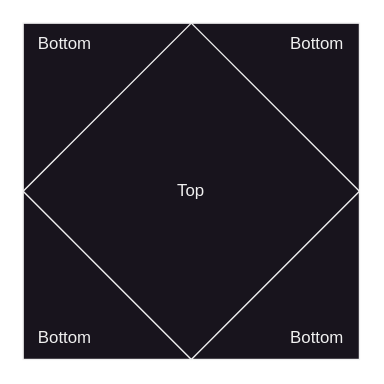
sraesch/pixel-contribution keeps this draw.io diagram as img/octaherdon_2d_projection.drawio.svg. Above is the earlier version. Source tidied: cells renumbered, new cells last; positions are measured from the earlier drawing's top-left corner, leaving out a move shared by most shapes. The source it was exported from:
```xml
<mxGraphModel>
  <root>
    <mxCell id="0" />
    <mxCell id="1" parent="0" />
    <mxCell id="2" style="group;" parent="1" vertex="1">
      <mxGeometry width="240" height="240" as="geometry" />
    </mxCell>
    <mxCell id="3" style="rounded=0;whiteSpace=wrap;html=1;" parent="2" vertex="1">
      <mxGeometry width="240" height="240" as="geometry" />
    </mxCell>
    <mxCell id="4" style="group;" parent="2" vertex="1">
      <mxGeometry width="240" height="240" as="geometry" />
    </mxCell>
    <mxCell id="5" style="endArrow=none;html=1;rounded=0;exitX=0;exitY=0.5;exitDx=0;exitDy=0;entryX=0.5;entryY=1;entryDx=0;entryDy=0;" parent="4" edge="1">
      <mxGeometry relative="1" as="geometry">
        <mxPoint y="120" as="sourcePoint" />
        <mxPoint x="120" y="240" as="targetPoint" />
      </mxGeometry>
    </mxCell>
    <mxCell id="6" style="endArrow=none;html=1;rounded=0;exitX=0.5;exitY=1;exitDx=0;exitDy=0;entryX=1;entryY=0.5;entryDx=0;entryDy=0;" parent="4" edge="1">
      <mxGeometry relative="1" as="geometry">
        <mxPoint x="120" y="240" as="sourcePoint" />
        <mxPoint x="240" y="120" as="targetPoint" />
      </mxGeometry>
    </mxCell>
    <mxCell id="7" style="endArrow=none;html=1;rounded=0;exitX=0.5;exitY=0;exitDx=0;exitDy=0;entryX=0;entryY=0.5;entryDx=0;entryDy=0;" parent="4" edge="1">
      <mxGeometry relative="1" as="geometry">
        <mxPoint x="120" as="sourcePoint" />
        <mxPoint y="120" as="targetPoint" />
      </mxGeometry>
    </mxCell>
    <mxCell id="8" style="endArrow=none;html=1;rounded=0;exitX=1;exitY=0.5;exitDx=0;exitDy=0;entryX=0.5;entryY=0;entryDx=0;entryDy=0;" parent="4" edge="1">
      <mxGeometry relative="1" as="geometry">
        <mxPoint x="240" y="120" as="sourcePoint" />
        <mxPoint x="120" as="targetPoint" />
      </mxGeometry>
    </mxCell>
    <mxCell id="9" value="Top" style="text;html=1;strokeColor=none;fillColor=none;align=center;verticalAlign=middle;whiteSpace=wrap;rounded=0;" parent="2" vertex="1">
      <mxGeometry x="90" y="105" width="60" height="30" as="geometry" />
    </mxCell>
    <mxCell id="10" value="Bottom" style="text;html=1;strokeColor=none;fillColor=none;align=center;verticalAlign=middle;whiteSpace=wrap;rounded=0;" parent="2" vertex="1">
      <mxGeometry x="180" width="60" height="30" as="geometry" />
    </mxCell>
    <mxCell id="11" value="Bottom" style="text;html=1;strokeColor=none;fillColor=none;align=center;verticalAlign=middle;whiteSpace=wrap;rounded=0;" parent="2" vertex="1">
      <mxGeometry x="180" y="210" width="60" height="30" as="geometry" />
    </mxCell>
    <mxCell id="12" value="Bottom" style="text;html=1;strokeColor=none;fillColor=none;align=center;verticalAlign=middle;whiteSpace=wrap;rounded=0;" parent="2" vertex="1">
      <mxGeometry y="210" width="60" height="30" as="geometry" />
    </mxCell>
    <mxCell id="13" value="Bottom" style="text;html=1;strokeColor=none;fillColor=none;align=center;verticalAlign=middle;whiteSpace=wrap;rounded=0;" parent="2" vertex="1">
      <mxGeometry width="60" height="30" as="geometry" />
    </mxCell>
  </root>
</mxGraphModel>
```
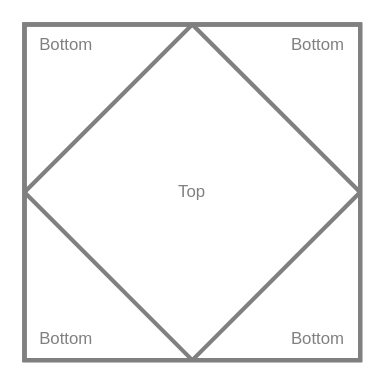
Later version of the same file.

Change to the diagram source:
```diff
@@ -2,52 +2,55 @@
   <root>
     <mxCell id="0" />
     <mxCell id="1" parent="0" />
+    <mxCell id="14" style="group;" parent="1" vertex="1">
+      <mxGeometry width="240" height="240" as="geometry" />
+    </mxCell>
-    <mxCell id="2" style="group;" parent="1" vertex="1">
+    <mxCell id="2" style="group;strokeColor=#808080;strokeWidth=3;fillColor=none;" parent="14" vertex="1">
       <mxGeometry width="240" height="240" as="geometry" />
     </mxCell>
-    <mxCell id="3" style="rounded=0;whiteSpace=wrap;html=1;" parent="2" vertex="1">
+    <mxCell id="3" style="rounded=0;whiteSpace=wrap;html=1;strokeColor=#808080;strokeWidth=3;fillColor=none;" parent="14" vertex="1">
       <mxGeometry width="240" height="240" as="geometry" />
     </mxCell>
-    <mxCell id="4" style="group;" parent="2" vertex="1">
+    <mxCell id="4" style="group;strokeColor=#808080;strokeWidth=3;" parent="14" vertex="1">
       <mxGeometry width="240" height="240" as="geometry" />
     </mxCell>
-    <mxCell id="5" style="endArrow=none;html=1;rounded=0;exitX=0;exitY=0.5;exitDx=0;exitDy=0;entryX=0.5;entryY=1;entryDx=0;entryDy=0;" parent="4" edge="1">
+    <mxCell id="5" style="endArrow=none;html=1;rounded=0;exitX=0;exitY=0.5;exitDx=0;exitDy=0;entryX=0.5;entryY=1;entryDx=0;entryDy=0;strokeColor=#808080;strokeWidth=3;" parent="4" edge="1">
       <mxGeometry relative="1" as="geometry">
         <mxPoint y="120" as="sourcePoint" />
         <mxPoint x="120" y="240" as="targetPoint" />
       </mxGeometry>
     </mxCell>
-    <mxCell id="6" style="endArrow=none;html=1;rounded=0;exitX=0.5;exitY=1;exitDx=0;exitDy=0;entryX=1;entryY=0.5;entryDx=0;entryDy=0;" parent="4" edge="1">
+    <mxCell id="6" style="endArrow=none;html=1;rounded=0;exitX=0.5;exitY=1;exitDx=0;exitDy=0;entryX=1;entryY=0.5;entryDx=0;entryDy=0;strokeColor=#808080;strokeWidth=3;" parent="4" edge="1">
       <mxGeometry relative="1" as="geometry">
         <mxPoint x="120" y="240" as="sourcePoint" />
         <mxPoint x="240" y="120" as="targetPoint" />
       </mxGeometry>
     </mxCell>
-    <mxCell id="7" style="endArrow=none;html=1;rounded=0;exitX=0.5;exitY=0;exitDx=0;exitDy=0;entryX=0;entryY=0.5;entryDx=0;entryDy=0;" parent="4" edge="1">
+    <mxCell id="7" style="endArrow=none;html=1;rounded=0;exitX=0.5;exitY=0;exitDx=0;exitDy=0;entryX=0;entryY=0.5;entryDx=0;entryDy=0;strokeColor=#808080;strokeWidth=3;" parent="4" edge="1">
       <mxGeometry relative="1" as="geometry">
         <mxPoint x="120" as="sourcePoint" />
         <mxPoint y="120" as="targetPoint" />
       </mxGeometry>
     </mxCell>
-    <mxCell id="8" style="endArrow=none;html=1;rounded=0;exitX=1;exitY=0.5;exitDx=0;exitDy=0;entryX=0.5;entryY=0;entryDx=0;entryDy=0;" parent="4" edge="1">
+    <mxCell id="8" style="endArrow=none;html=1;rounded=0;exitX=1;exitY=0.5;exitDx=0;exitDy=0;entryX=0.5;entryY=0;entryDx=0;entryDy=0;strokeColor=#808080;strokeWidth=3;" parent="4" edge="1">
       <mxGeometry relative="1" as="geometry">
         <mxPoint x="240" y="120" as="sourcePoint" />
         <mxPoint x="120" as="targetPoint" />
       </mxGeometry>
     </mxCell>
-    <mxCell id="9" value="Top" style="text;html=1;strokeColor=none;fillColor=none;align=center;verticalAlign=middle;whiteSpace=wrap;rounded=0;" parent="2" vertex="1">
+    <mxCell id="9" value="Top" style="text;html=1;strokeColor=none;fillColor=none;align=center;verticalAlign=middle;whiteSpace=wrap;rounded=0;strokeWidth=3;fontColor=#808080;" parent="14" vertex="1">
       <mxGeometry x="90" y="105" width="60" height="30" as="geometry" />
     </mxCell>
-    <mxCell id="10" value="Bottom" style="text;html=1;strokeColor=none;fillColor=none;align=center;verticalAlign=middle;whiteSpace=wrap;rounded=0;" parent="2" vertex="1">
+    <mxCell id="10" value="Bottom" style="text;html=1;strokeColor=none;fillColor=none;align=center;verticalAlign=middle;whiteSpace=wrap;rounded=0;strokeWidth=3;fontColor=#808080;" parent="14" vertex="1">
       <mxGeometry x="180" width="60" height="30" as="geometry" />
     </mxCell>
-    <mxCell id="11" value="Bottom" style="text;html=1;strokeColor=none;fillColor=none;align=center;verticalAlign=middle;whiteSpace=wrap;rounded=0;" parent="2" vertex="1">
+    <mxCell id="11" value="Bottom" style="text;html=1;strokeColor=none;fillColor=none;align=center;verticalAlign=middle;whiteSpace=wrap;rounded=0;strokeWidth=3;fontColor=#808080;" parent="14" vertex="1">
       <mxGeometry x="180" y="210" width="60" height="30" as="geometry" />
     </mxCell>
-    <mxCell id="12" value="Bottom" style="text;html=1;strokeColor=none;fillColor=none;align=center;verticalAlign=middle;whiteSpace=wrap;rounded=0;" parent="2" vertex="1">
+    <mxCell id="12" value="Bottom" style="text;html=1;strokeColor=none;fillColor=none;align=center;verticalAlign=middle;whiteSpace=wrap;rounded=0;strokeWidth=3;fontColor=#808080;" parent="14" vertex="1">
       <mxGeometry y="210" width="60" height="30" as="geometry" />
     </mxCell>
-    <mxCell id="13" value="Bottom" style="text;html=1;strokeColor=none;fillColor=none;align=center;verticalAlign=middle;whiteSpace=wrap;rounded=0;" parent="2" vertex="1">
+    <mxCell id="13" value="Bottom" style="text;html=1;strokeColor=none;fillColor=none;align=center;verticalAlign=middle;whiteSpace=wrap;rounded=0;strokeWidth=3;fontColor=#808080;" parent="14" vertex="1">
       <mxGeometry width="60" height="30" as="geometry" />
     </mxCell>
   </root>
```
